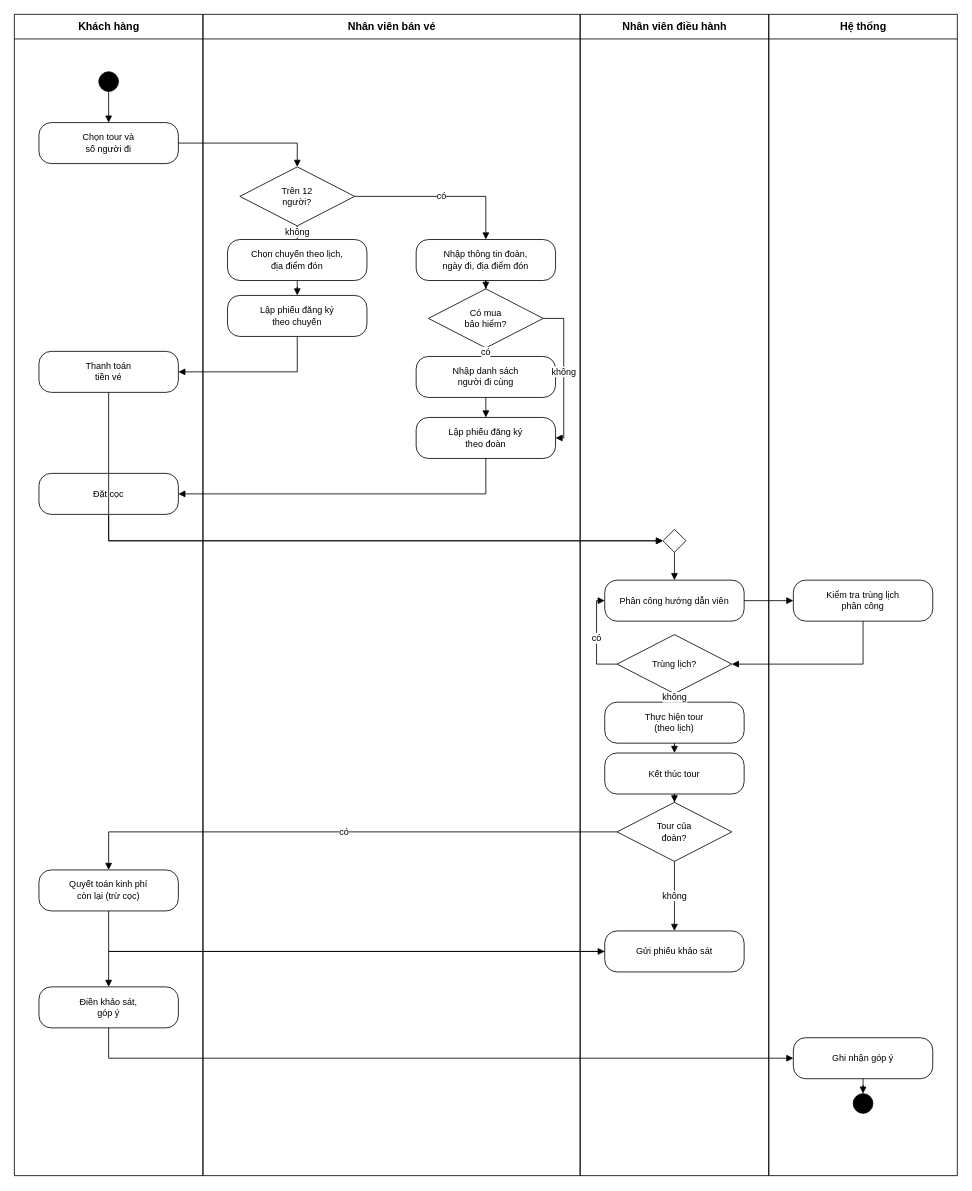
Before: page "Câu 5 - Activity Diagram" (4 of 5) of LAB5/diagrams/LAB5_UML.drawio in TranThienNhan8279/LAB_OOSD, a draw.io diagram. Source tidied: cells renumbered, new cells numbered last; positions are measured from the earlier drawing's top-left corner, leaving out a move shared by most shapes. Both pictures are drawn from the tidied source at 82%, with x=0, y=0 at pixel (14, 14).
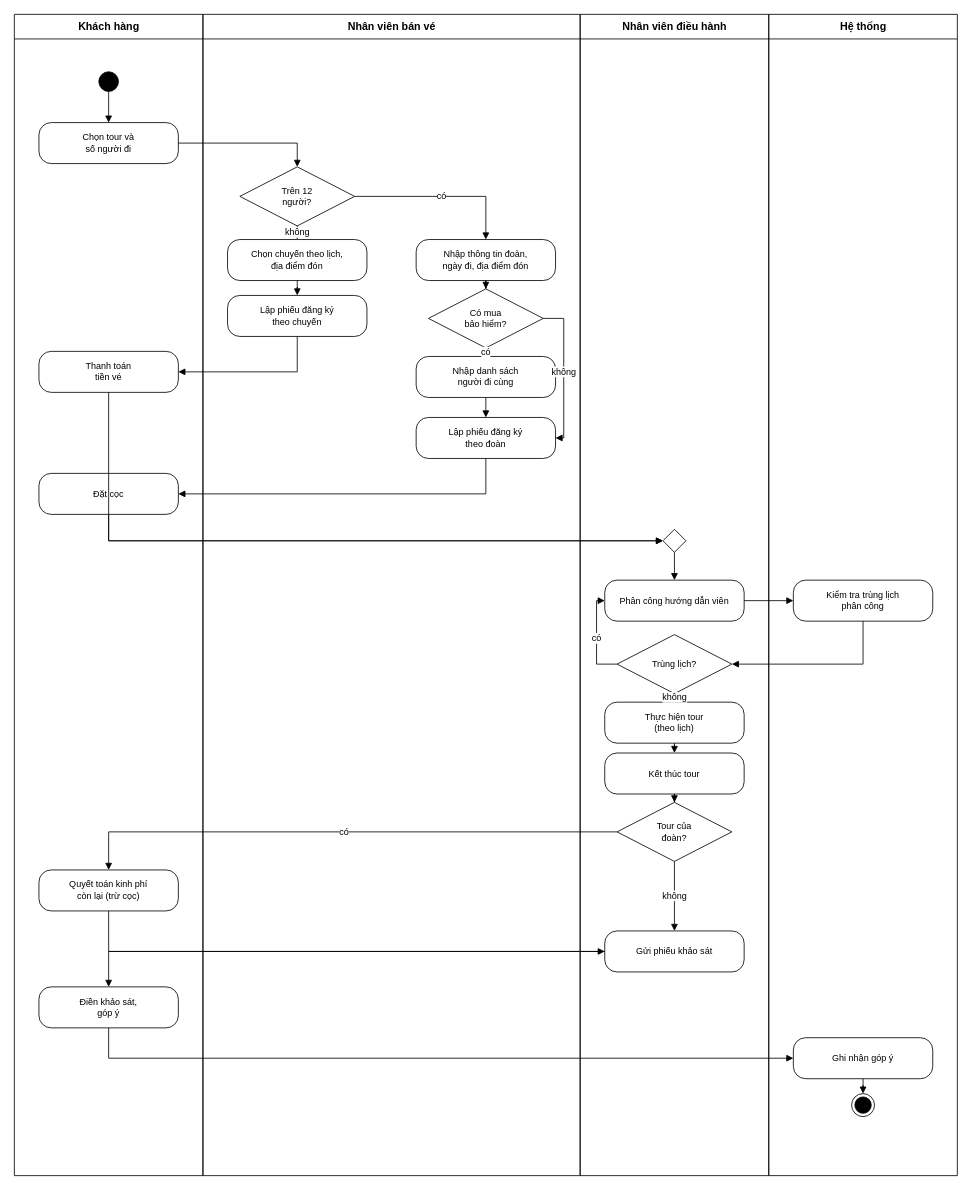
The same page after the edit.

What changed in the source:
```diff
@@
-    <mxCell id="28" style="ellipse;html=1;fillColor=#000000;strokeColor=#000000;" parent="1" vertex="1">
-      <mxGeometry x="1023" y="1316.2" width="24" height="24" as="geometry" />
+    <mxCell id="28" style="ellipse;shape=endState;html=1;fillColor=#000000;strokeColor=#000000;" parent="1" vertex="1">
+      <mxGeometry x="1021" y="1316.2" width="28" height="28" as="geometry" />
     </mxCell>
```
